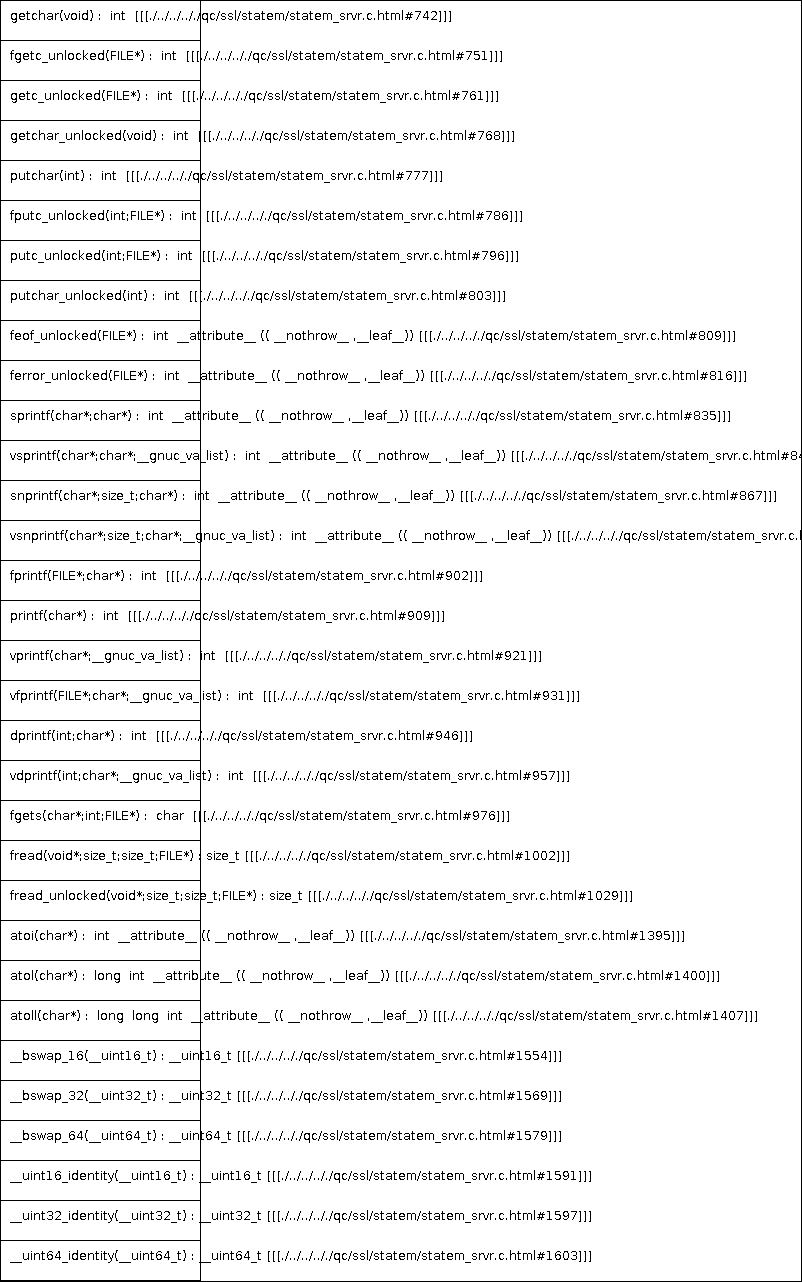
Above: docs/qc/ssl/statem/statem_srvr.c.png in qualitesys/openssl (PlantUML), before the change. Its source is kept beside it as docs/qc/ssl/statem/statem_srvr.c.puml.
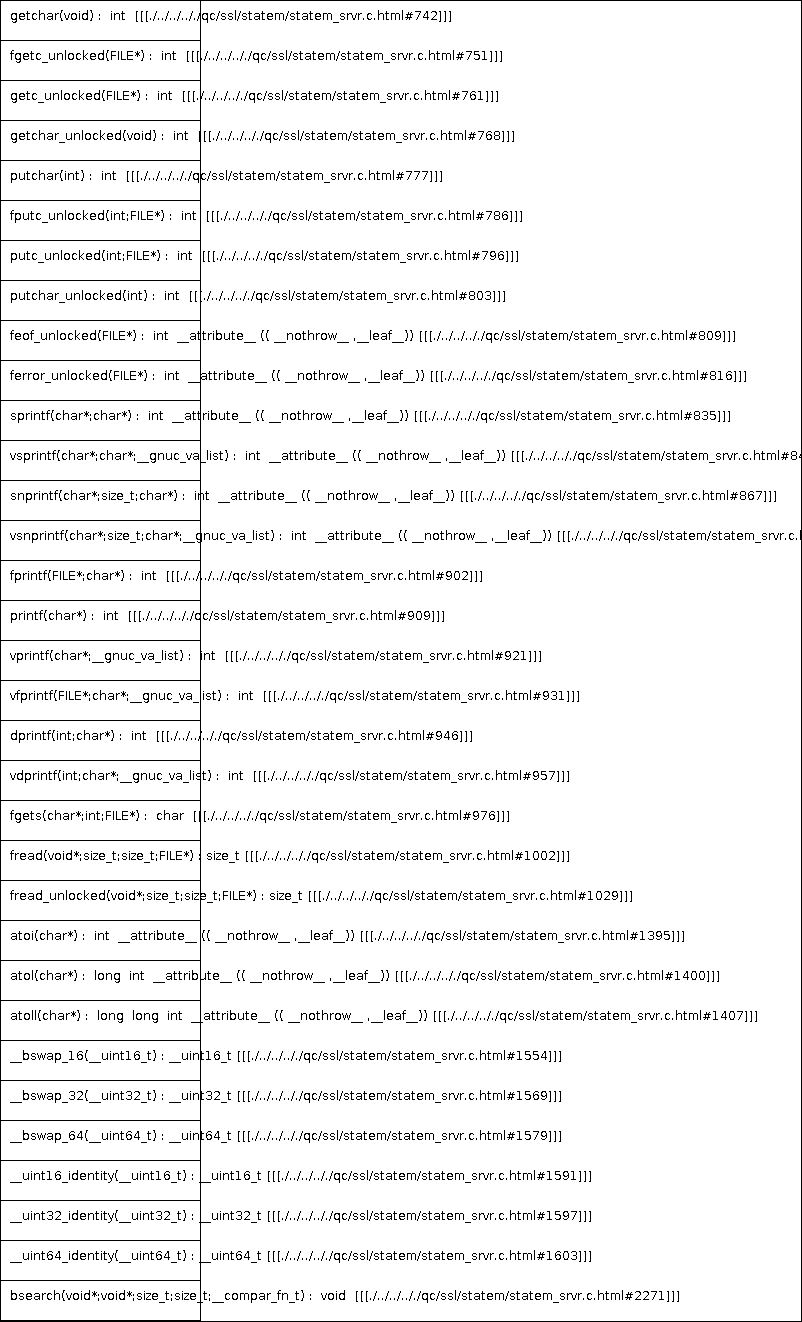
Later version of the same file.

The edit, as a diff of the source:
```diff
@@ -33,5 +33,6 @@
 __uint16_identity(__uint16_t) : __uint16_t [[[./../../.././qc/ssl/statem/statem_srvr.c.html#1591]]]
 __uint32_identity(__uint32_t) : __uint32_t [[[./../../.././qc/ssl/statem/statem_srvr.c.html#1597]]]
 __uint64_identity(__uint64_t) : __uint64_t [[[./../../.././qc/ssl/statem/statem_srvr.c.html#1603]]]
+bsearch(void*;void*;size_t;size_t;__compar_fn_t) :  void  [[[./../../.././qc/ssl/statem/statem_srvr.c.html#2271]]]
 }
 @enduml
```
